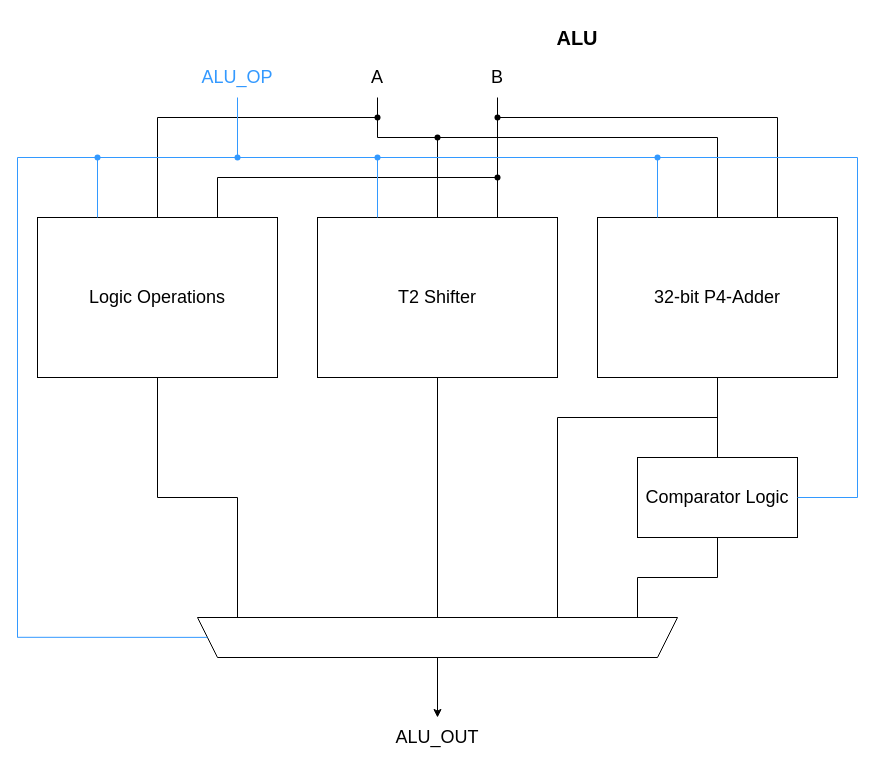
Above: page "ALU" (11 of 15) of docs/dlx_architecture.drawio in lorenzobadas/DLX (draw.io), before the change. Source tidied: cells renumbered, new cells numbered last; positions are measured from the earlier drawing's top-left corner, leaving out a move shared by most shapes. Both pictures are drawn from the tidied source at 100%, with x=0, y=0 at pixel (17, 17).
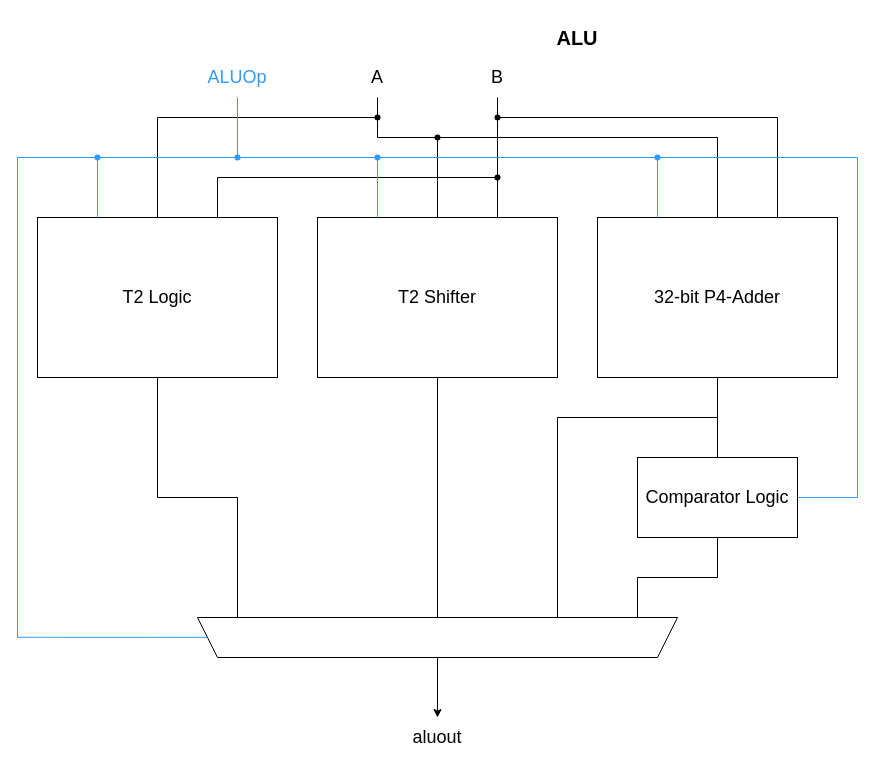
Above is the later version.

Change to the diagram source:
```diff
@@
-    <mxCell id="16" value="&lt;font style=&quot;font-size: 18px;&quot;&gt;ALU_OUT&lt;/font&gt;" style="text;html=1;align=center;verticalAlign=middle;whiteSpace=wrap;rounded=0;" parent="1" vertex="1">
+    <mxCell id="16" value="&lt;font style=&quot;font-size: 18px;&quot;&gt;aluout&lt;/font&gt;" style="text;html=1;align=center;verticalAlign=middle;whiteSpace=wrap;rounded=0;" parent="1" vertex="1">
       <mxGeometry x="360" y="700" width="120" height="40" as="geometry" />
     </mxCell>
-    <mxCell id="17" value="&lt;font style=&quot;font-size: 18px; color: rgb(51, 153, 255);&quot;&gt;ALU_OP&lt;/font&gt;" style="text;html=1;align=center;verticalAlign=middle;whiteSpace=wrap;rounded=0;fontColor=#007FFF;" parent="1" vertex="1">
+    <mxCell id="17" value="&lt;font style=&quot;font-size: 18px; color: rgb(51, 153, 255);&quot;&gt;ALUOp&lt;/font&gt;" style="text;html=1;align=center;verticalAlign=middle;whiteSpace=wrap;rounded=0;fontColor=#007FFF;" parent="1" vertex="1">
       <mxGeometry x="180" y="40" width="80" height="40" as="geometry" />
     </mxCell>
@@
-    <mxCell id="20" value="&lt;font style=&quot;font-size: 18px;&quot;&gt;Logic Operations&lt;/font&gt;" style="rounded=0;whiteSpace=wrap;html=1;" parent="1" vertex="1">
+    <mxCell id="20" value="&lt;font style=&quot;font-size: 18px;&quot;&gt;T2 Logic&lt;/font&gt;" style="rounded=0;whiteSpace=wrap;html=1;" parent="1" vertex="1">
       <mxGeometry x="20" y="200" width="240" height="160" as="geometry" />
     </mxCell>
```
